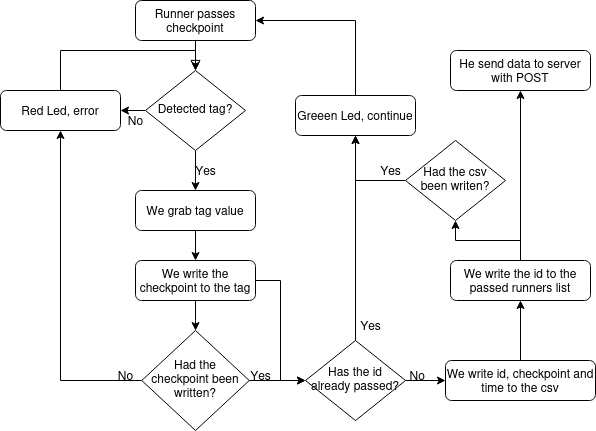
This is img/rc522Flowchart.png from Tursu311/RFID-OR-UHD-RACE-SYSTEM, a draw.io export, as it was before one commit. Source tidied: cells renumbered, new cells last; positions are measured from the earlier drawing's top-left corner, leaving out a move shared by most shapes.
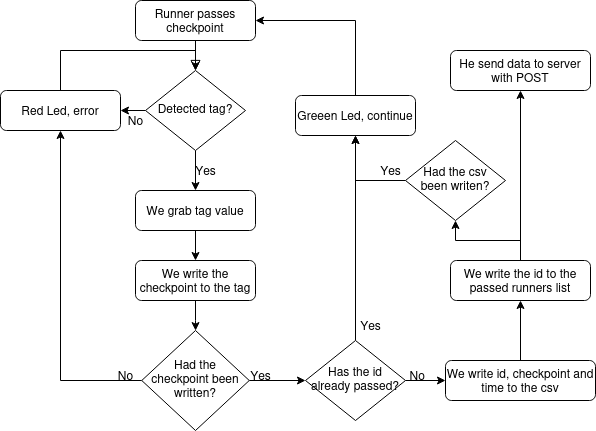
Above is the later version.

Diff of the diagram source:
```diff
@@ -35,9 +35,6 @@
     <mxCell id="12" style="edgeStyle=orthogonalEdgeStyle;rounded=0;jettySize=auto;html=1;" parent="1" edge="1" source="14" target="22">
       <mxGeometry relative="1" as="geometry" />
     </mxCell>
-    <mxCell id="13" style="edgeStyle=orthogonalEdgeStyle;rounded=0;jettySize=auto;html=1;entryX=0;entryY=0.5;entryDx=0;entryDy=0;" parent="1" edge="1" source="14" target="11">
-      <mxGeometry relative="1" as="geometry" />
-    </mxCell>
     <mxCell id="14" value="&lt;div&gt;We write the checkpoint to the tag&lt;br&gt;&lt;/div&gt;" style="rounded=1;whiteSpace=wrap;html=1;fontSize=12;glass=0;strokeWidth=1;shadow=0;" parent="1" vertex="1">
       <mxGeometry x="135" y="260" width="120" height="40" as="geometry" />
     </mxCell>
```
